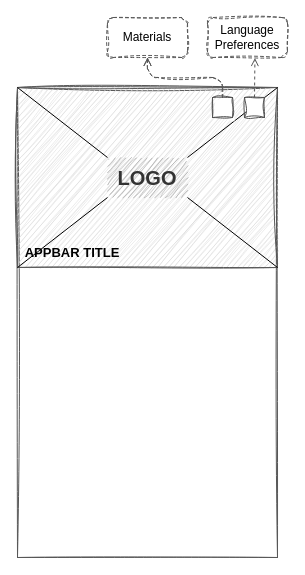
The draw.io diagram Wireframe Beranda.drawio in dans609/diagrams_net, before the edit. Source tidied: cells renumbered, new cells numbered last; positions are measured from the earlier drawing's top-left corner, leaving out a move shared by most shapes. Both pictures are drawn from the tidied source at 100%, with x=0, y=0 at pixel (17, 17).
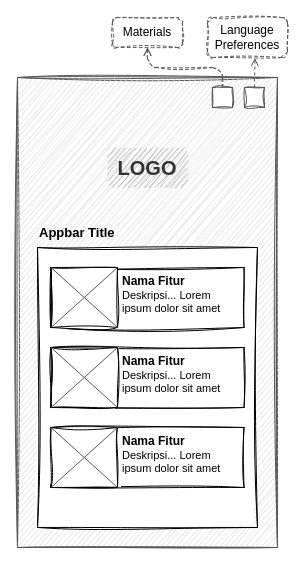
The same page after the edit.

Commit message:
Finish designing wireframe of Beranda

Unchanged cells that the change refers to:
```xml
<mxCell id="3" style="group;" parent="2" vertex="1">
  <mxGeometry width="260" height="470" as="geometry" />
</mxCell>
<mxCell id="6" value="LOGO" style="text;strokeColor=none;align=center;fillColor=#A8A8A8;html=1;verticalAlign=middle;whiteSpace=wrap;rounded=1;fontFamily=Helvetica;fontSize=20;fontStyle=1;spacingTop=0;spacingLeft=0;fontColor=#333333;sketch=1;curveFitting=1;jiggle=2;" parent="3" vertex="1">
  <mxGeometry x="90" y="70" width="80" height="40" as="geometry" />
</mxCell>
```

Change to the diagram source:
```diff
@@
     <mxCell id="2" style="group;" parent="1" vertex="1">
-      <mxGeometry y="70" width="260" height="470" as="geometry" />
+      <mxGeometry y="60" width="260" height="470" as="geometry" />
     </mxCell>
@@
     <mxCell id="5" style="rounded=0;whiteSpace=wrap;html=1;fillColor=#D9D9D9;strokeColor=#575757;sketch=1;curveFitting=1;jiggle=2;" parent="3" vertex="1">
-      <mxGeometry width="260" height="180" as="geometry" />
+      <mxGeometry width="260" height="470" as="geometry" />
     </mxCell>
@@
-    <mxCell id="7" style="edgeStyle=none;jettySize=auto;html=1;rounded=0;endArrow=none;endFill=0;exitX=0;exitY=0;exitDx=0;exitDy=0;entryX=0;entryY=0;entryDx=0;entryDy=0;" parent="3" edge="1" source="5" target="6">
-      <mxGeometry relative="1" as="geometry" />
-    </mxCell>
-    <mxCell id="8" style="edgeStyle=none;jettySize=auto;html=1;rounded=0;endArrow=none;endFill=0;exitX=1;exitY=1;exitDx=0;exitDy=0;entryX=1;entryY=1;entryDx=0;entryDy=0;" parent="3" edge="1" source="6" target="5">
-      <mxGeometry relative="1" as="geometry" />
-    </mxCell>
-    <mxCell id="9" style="edgeStyle=none;jettySize=auto;html=1;rounded=0;endArrow=none;endFill=0;exitX=1;exitY=0;exitDx=0;exitDy=0;entryX=1;entryY=0;entryDx=0;entryDy=0;" parent="3" edge="1" source="6" target="5">
-      <mxGeometry relative="1" as="geometry" />
-    </mxCell>
-    <mxCell id="10" style="edgeStyle=none;jettySize=auto;html=1;rounded=0;endArrow=none;endFill=0;exitX=0;exitY=1;exitDx=0;exitDy=0;entryX=0;entryY=1;entryDx=0;entryDy=0;" parent="3" edge="1" source="5" target="6">
-      <mxGeometry relative="1" as="geometry" />
-    </mxCell>
-    <mxCell id="11" value="APPBAR TITLE" style="text;strokeColor=none;align=center;fillColor=none;html=1;verticalAlign=middle;whiteSpace=wrap;rounded=0;fontStyle=1;fontSize=13;shadow=0;" parent="3" vertex="1">
-      <mxGeometry y="150" width="110" height="30" as="geometry" />
+    <mxCell id="11" value="Appbar Title" style="text;strokeColor=none;align=left;fillColor=none;html=1;verticalAlign=middle;whiteSpace=wrap;rounded=0;fontStyle=1;fontSize=13;shadow=0;" parent="3" vertex="1">
+      <mxGeometry x="20" y="140" width="110" height="30" as="geometry" />
     </mxCell>
@@
+    <mxCell id="19" style="rounded=0;whiteSpace=wrap;html=1;sketch=1;curveFitting=1;jiggle=2;" parent="3" vertex="1">
+      <mxGeometry x="20" y="170" width="220" height="280" as="geometry" />
+    </mxCell>
+    <mxCell id="20" style="group;" parent="3" vertex="1">
+      <mxGeometry x="33.5" y="190" width="193" height="60" as="geometry" />
+    </mxCell>
+    <mxCell id="21" style="rounded=0;whiteSpace=wrap;html=1;sketch=1;curveFitting=1;jiggle=2;" parent="20" vertex="1">
+      <mxGeometry width="193" height="60" as="geometry" />
+    </mxCell>
+    <mxCell id="22" style="rounded=0;whiteSpace=wrap;html=1;sketch=1;curveFitting=1;jiggle=2;" parent="20" vertex="1">
+      <mxGeometry width="66.5" height="60" as="geometry" />
+    </mxCell>
+    <mxCell id="23" style="edgeStyle=none;orthogonalLoop=1;jettySize=auto;html=1;rounded=0;endArrow=none;endFill=0;strokeColor=#575757;exitX=0;exitY=0;exitDx=0;exitDy=0;entryX=1;entryY=1;entryDx=0;entryDy=0;" parent="20" edge="1" source="22" target="22">
+      <mxGeometry relative="1" as="geometry" />
+    </mxCell>
+    <mxCell id="24" style="edgeStyle=none;orthogonalLoop=1;jettySize=auto;html=1;rounded=0;endArrow=none;endFill=0;strokeColor=#575757;exitX=0;exitY=1;exitDx=0;exitDy=0;entryX=1;entryY=0;entryDx=0;entryDy=0;" parent="20" edge="1" source="22" target="22">
+      <mxGeometry relative="1" as="geometry" />
+    </mxCell>
+    <mxCell id="25" value="Nama Fitur" style="text;strokeColor=none;align=left;fillColor=none;html=1;verticalAlign=middle;whiteSpace=wrap;rounded=0;fontStyle=1;fontSize=12;shadow=0;" parent="20" vertex="1">
+      <mxGeometry x="69.5" y="4" width="67" height="20" as="geometry" />
+    </mxCell>
+    <mxCell id="26" value="Deskripsi... Lorem ipsum dolor sit amet" style="text;strokeColor=none;align=left;fillColor=none;html=1;verticalAlign=bottom;whiteSpace=wrap;rounded=0;fontStyle=0;fontSize=11;shadow=0;" parent="20" vertex="1">
+      <mxGeometry x="69.5" y="19" width="117" height="31" as="geometry" />
+    </mxCell>
+    <mxCell id="27" style="group;" parent="3" vertex="1">
+      <mxGeometry x="33.5" y="270" width="193" height="60" as="geometry" />
+    </mxCell>
+    <mxCell id="28" style="rounded=0;whiteSpace=wrap;html=1;sketch=1;curveFitting=1;jiggle=2;" parent="27" vertex="1">
+      <mxGeometry width="193" height="60" as="geometry" />
+    </mxCell>
+    <mxCell id="29" style="rounded=0;whiteSpace=wrap;html=1;sketch=1;curveFitting=1;jiggle=2;" parent="27" vertex="1">
+      <mxGeometry width="66.5" height="60" as="geometry" />
+    </mxCell>
+    <mxCell id="30" style="edgeStyle=none;orthogonalLoop=1;jettySize=auto;html=1;rounded=0;endArrow=none;endFill=0;strokeColor=#575757;exitX=0;exitY=0;exitDx=0;exitDy=0;entryX=1;entryY=1;entryDx=0;entryDy=0;" parent="27" edge="1" source="29" target="29">
+      <mxGeometry relative="1" as="geometry" />
+    </mxCell>
+    <mxCell id="31" style="edgeStyle=none;orthogonalLoop=1;jettySize=auto;html=1;rounded=0;endArrow=none;endFill=0;strokeColor=#575757;exitX=0;exitY=1;exitDx=0;exitDy=0;entryX=1;entryY=0;entryDx=0;entryDy=0;" parent="27" edge="1" source="29" target="29">
+      <mxGeometry relative="1" as="geometry" />
+    </mxCell>
+    <mxCell id="32" value="Nama Fitur" style="text;strokeColor=none;align=left;fillColor=none;html=1;verticalAlign=middle;whiteSpace=wrap;rounded=0;fontStyle=1;fontSize=12;shadow=0;" parent="27" vertex="1">
+      <mxGeometry x="69.5" y="4" width="67" height="20" as="geometry" />
+    </mxCell>
+    <mxCell id="33" value="Deskripsi... Lorem ipsum dolor sit amet" style="text;strokeColor=none;align=left;fillColor=none;html=1;verticalAlign=bottom;whiteSpace=wrap;rounded=0;fontStyle=0;fontSize=11;shadow=0;" parent="27" vertex="1">
+      <mxGeometry x="69.5" y="19" width="117" height="31" as="geometry" />
+    </mxCell>
+    <mxCell id="34" style="group;" parent="3" vertex="1">
+      <mxGeometry x="33.5" y="350" width="193" height="60" as="geometry" />
+    </mxCell>
+    <mxCell id="35" style="rounded=0;whiteSpace=wrap;html=1;sketch=1;curveFitting=1;jiggle=2;" parent="34" vertex="1">
+      <mxGeometry width="193" height="60" as="geometry" />
+    </mxCell>
+    <mxCell id="36" style="rounded=0;whiteSpace=wrap;html=1;sketch=1;curveFitting=1;jiggle=2;" parent="34" vertex="1">
+      <mxGeometry width="66.5" height="60" as="geometry" />
+    </mxCell>
+    <mxCell id="37" style="edgeStyle=none;orthogonalLoop=1;jettySize=auto;html=1;rounded=0;endArrow=none;endFill=0;strokeColor=#575757;exitX=0;exitY=0;exitDx=0;exitDy=0;entryX=1;entryY=1;entryDx=0;entryDy=0;" parent="34" edge="1" source="36" target="36">
+      <mxGeometry relative="1" as="geometry" />
+    </mxCell>
+    <mxCell id="38" style="edgeStyle=none;orthogonalLoop=1;jettySize=auto;html=1;rounded=0;endArrow=none;endFill=0;strokeColor=#575757;exitX=0;exitY=1;exitDx=0;exitDy=0;entryX=1;entryY=0;entryDx=0;entryDy=0;" parent="34" edge="1" source="36" target="36">
+      <mxGeometry relative="1" as="geometry" />
+    </mxCell>
+    <mxCell id="39" value="Nama Fitur" style="text;strokeColor=none;align=left;fillColor=none;html=1;verticalAlign=middle;whiteSpace=wrap;rounded=0;fontStyle=1;fontSize=12;shadow=0;" parent="34" vertex="1">
+      <mxGeometry x="69.5" y="4" width="67" height="20" as="geometry" />
+    </mxCell>
+    <mxCell id="40" value="Deskripsi... Lorem ipsum dolor sit amet" style="text;strokeColor=none;align=left;fillColor=none;html=1;verticalAlign=bottom;whiteSpace=wrap;rounded=0;fontStyle=0;fontSize=11;shadow=0;" parent="34" vertex="1">
+      <mxGeometry x="69.5" y="19" width="117" height="31" as="geometry" />
+    </mxCell>
@@
     <mxCell id="17" value="Materials" style="text;strokeColor=#575757;align=center;fillColor=default;html=1;verticalAlign=middle;whiteSpace=wrap;rounded=1;dashed=1;sketch=1;curveFitting=1;jiggle=2;" parent="1" vertex="1">
-      <mxGeometry x="90" width="80" height="40" as="geometry" />
+      <mxGeometry x="95" width="70" height="30" as="geometry" />
     </mxCell>
```
